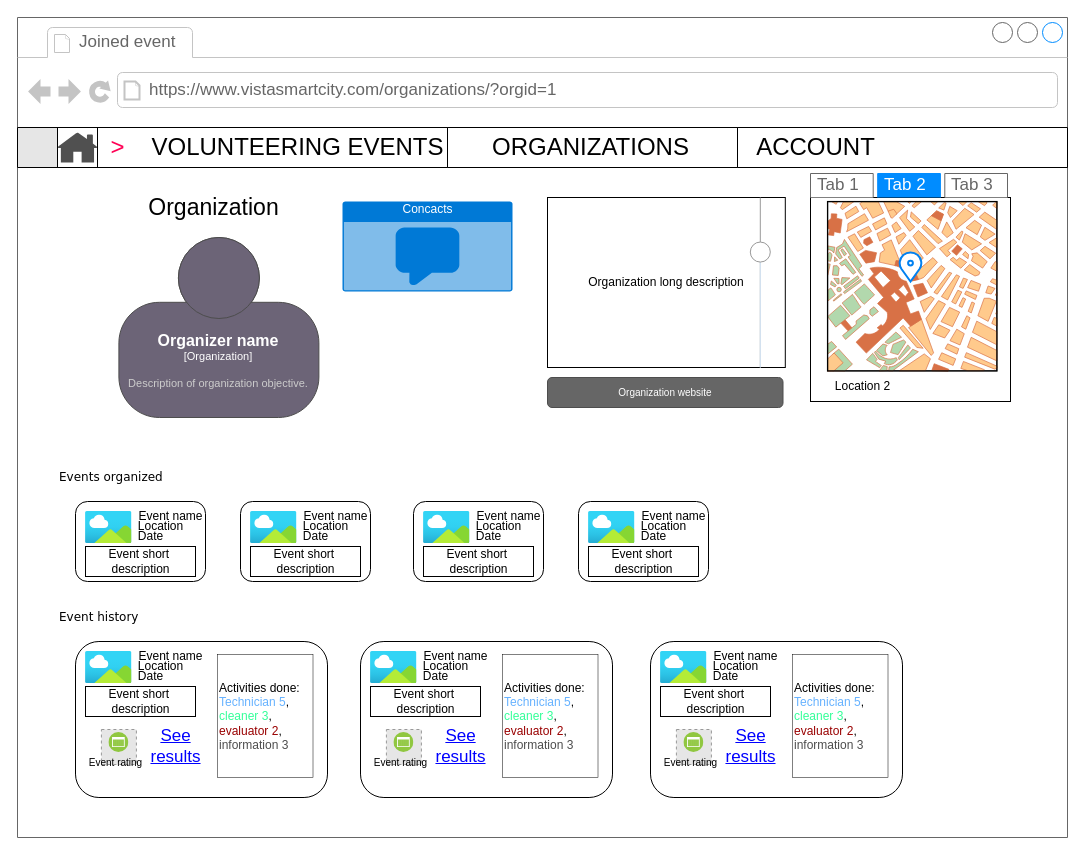
This is project/organizationmockup.drawio from josura/HCI, a draw.io file, before an edit. Source tidied: cells renumbered, new cells numbered last; positions are measured from the earlier drawing's top-left corner, leaving out a move shared by most shapes. Both pictures are drawn from the tidied source at 100%, with x=0, y=0 at pixel (17, 17). Pictures stored in the file or linked from it are replaced by grey dashed boxes.
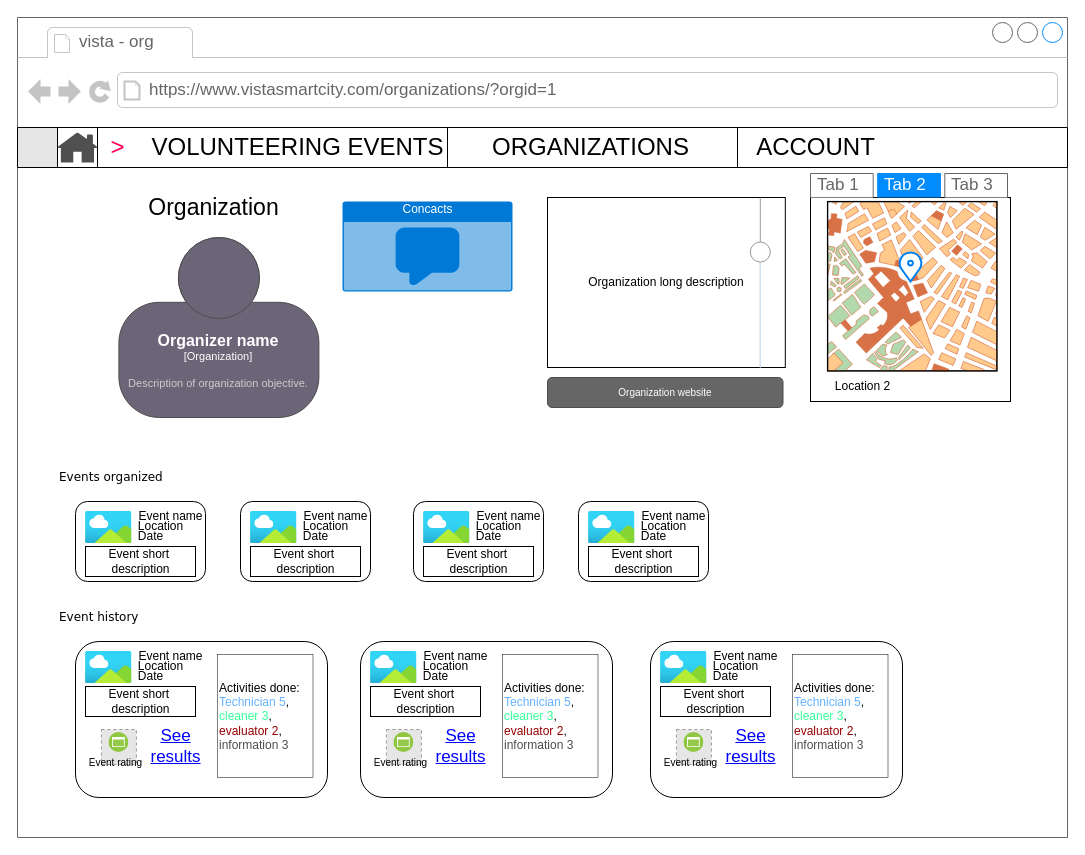
After the change.

The change refers to these unchanged cells:
```xml
<mxCell id="2" style="strokeWidth=1;shadow=0;dashed=0;align=center;html=1;shape=mxgraph.mockup.containers.browserWindow;rSize=0;strokeColor=#666666;mainText=,;rounded=0;labelBackgroundColor=none;fontFamily=Verdana;fontSize=12;" parent="1" vertex="1">
  <mxGeometry width="1050" height="820" as="geometry" />
</mxCell>
```

What changed in the source:
```diff
@@
-    <mxCell id="3" value="Joined event" style="strokeWidth=1;shadow=0;dashed=0;align=center;html=1;shape=mxgraph.mockup.containers.anchor;fontSize=17;fontColor=#666666;align=left;" parent="2" vertex="1">
+    <mxCell id="3" value="vista - org" style="strokeWidth=1;shadow=0;dashed=0;align=center;html=1;shape=mxgraph.mockup.containers.anchor;fontSize=17;fontColor=#666666;align=left;" parent="2" vertex="1">
       <mxGeometry x="60" y="12" width="110" height="26" as="geometry" />
     </mxCell>
```
